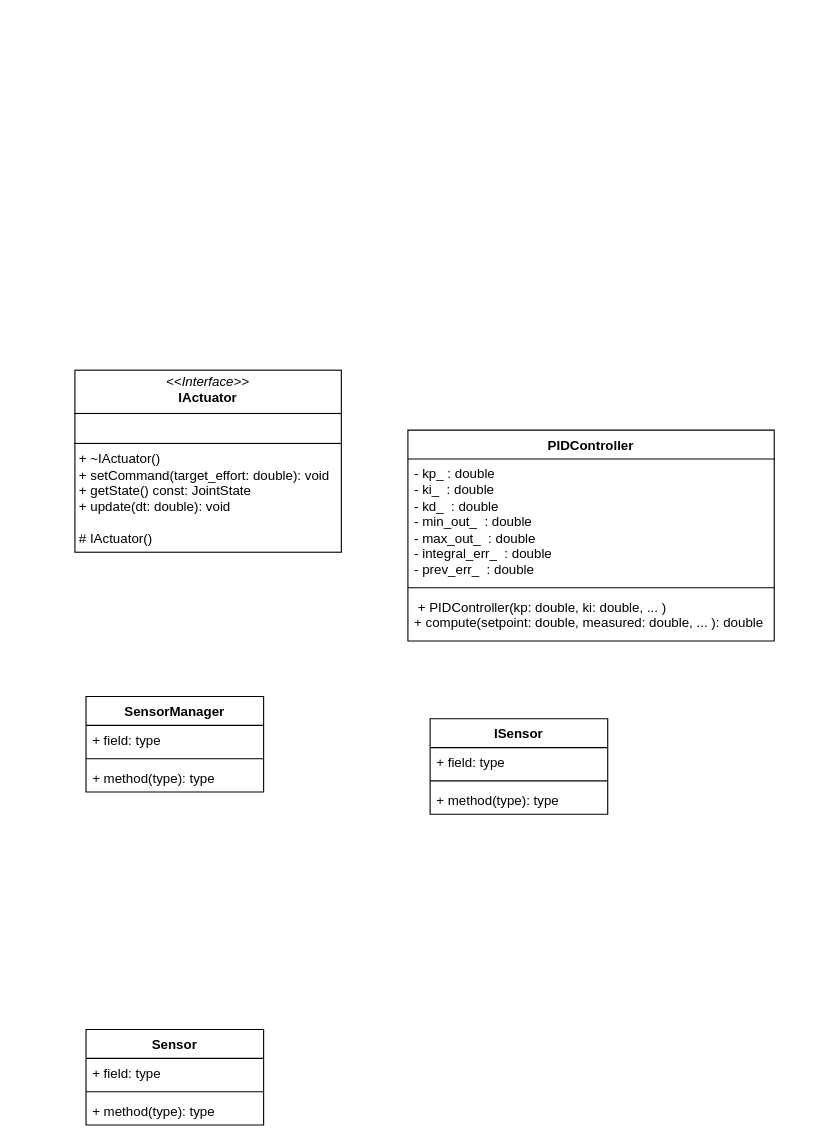
Earlier version of the draw.io diagram CPS-ENGINE Class Diagram.drawio (r3tro10/cps-engine). Source tidied: cells renumbered, new cells numbered last; positions are measured from the earlier drawing's top-left corner, leaving out a move shared by most shapes. Both pictures are drawn from the tidied source at 111%, with x=0, y=0 at pixel (74, 370).
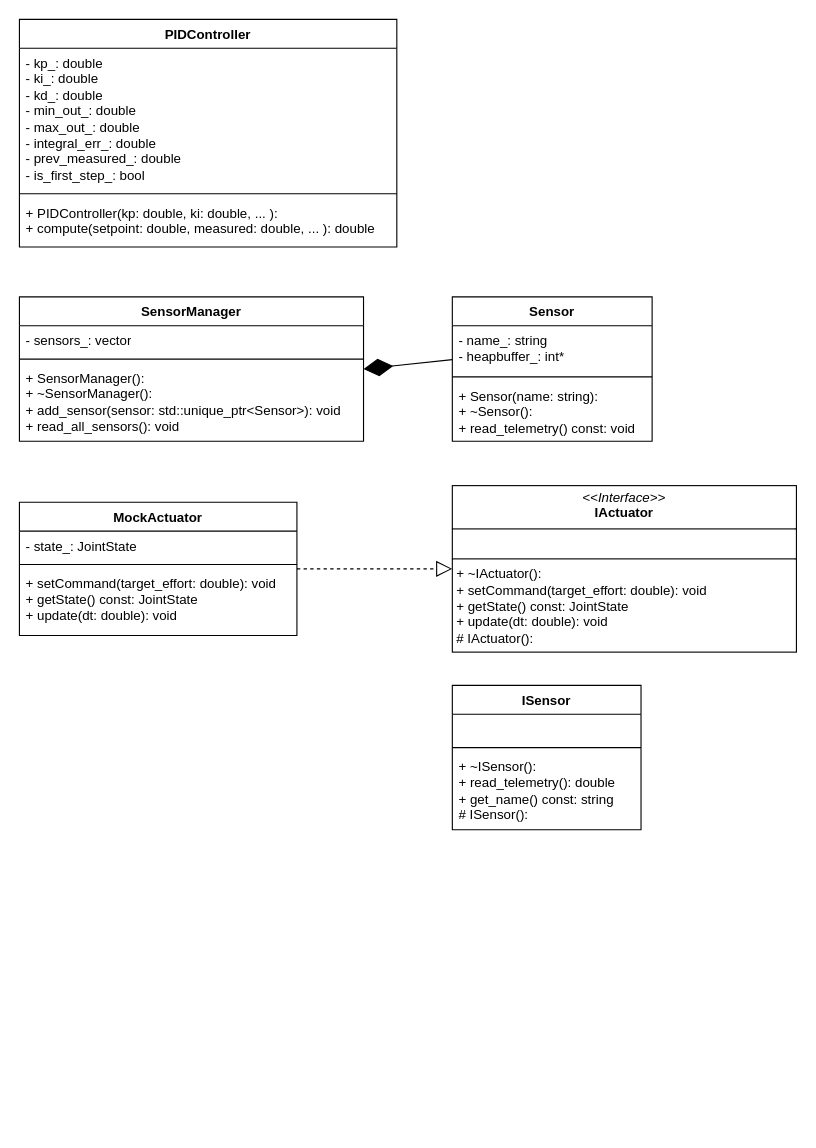
After the change.

The edit, as a diff of the source:
```diff
@@
     <mxCell id="2" value="ISensor" style="swimlane;fontStyle=1;align=center;verticalAlign=top;horizontal=1;startSize=26;whiteSpace=wrap;html=1;" parent="1" vertex="1">
-      <mxGeometry x="320" y="314" width="160" height="86" as="geometry" />
+      <mxGeometry x="340" y="284" width="170" height="130" as="geometry" />
     </mxCell>
-    <mxCell id="3" value="+ field: type" style="text;strokeColor=none;fillColor=none;align=left;verticalAlign=top;spacingLeft=4;spacingRight=4;overflow=hidden;whiteSpace=wrap;html=1;" parent="2" vertex="1">
-      <mxGeometry y="26" width="160" height="26" as="geometry" />
+    <mxCell id="3" value="&amp;nbsp;" style="text;strokeColor=none;fillColor=none;align=left;verticalAlign=top;spacingLeft=4;spacingRight=4;overflow=hidden;whiteSpace=wrap;html=1;" parent="2" vertex="1">
+      <mxGeometry y="26" width="170" height="26" as="geometry" />
     </mxCell>
     <mxCell id="4" style="line;strokeWidth=1;fillColor=none;align=left;verticalAlign=middle;spacingTop=-1;spacingLeft=3;spacingRight=3;labelPosition=right;strokeColor=inherit;" parent="2" vertex="1">
-      <mxGeometry y="52" width="160" height="8" as="geometry" />
+      <mxGeometry y="52" width="170" height="8" as="geometry" />
     </mxCell>
-    <mxCell id="5" value="+ method(type): type" style="text;strokeColor=none;fillColor=none;align=left;verticalAlign=top;spacingLeft=4;spacingRight=4;overflow=hidden;whiteSpace=wrap;html=1;" parent="2" vertex="1">
-      <mxGeometry y="60" width="160" height="26" as="geometry" />
+    <mxCell id="5" value="&lt;div&gt;&lt;div&gt;+ ~ISensor():&lt;/div&gt;&lt;div&gt;+ read_telemetry(): double&lt;/div&gt;&lt;div&gt;+ get_name() const: string&lt;/div&gt;&lt;div&gt;# ISensor():&lt;/div&gt;&lt;/div&gt;" style="text;strokeColor=none;fillColor=none;align=left;verticalAlign=top;spacingLeft=4;spacingRight=4;overflow=hidden;whiteSpace=wrap;html=1;" parent="2" vertex="1">
+      <mxGeometry y="60" width="170" height="70" as="geometry" />
     </mxCell>
     <mxCell id="6" value="SensorManager" style="swimlane;fontStyle=1;align=center;verticalAlign=top;horizontal=1;startSize=26;whiteSpace=wrap;html=1;" parent="1" vertex="1">
-      <mxGeometry x="10" y="294" width="160" height="86" as="geometry" />
+      <mxGeometry x="-50" y="-66" width="310" height="130" as="geometry" />
     </mxCell>
-    <mxCell id="7" value="+ field: type" style="text;strokeColor=none;fillColor=none;align=left;verticalAlign=top;spacingLeft=4;spacingRight=4;overflow=hidden;whiteSpace=wrap;html=1;" parent="6" vertex="1">
-      <mxGeometry y="26" width="160" height="26" as="geometry" />
+    <mxCell id="7" value="- sensors_: vector" style="text;strokeColor=none;fillColor=none;align=left;verticalAlign=top;spacingLeft=4;spacingRight=4;overflow=hidden;whiteSpace=wrap;html=1;" parent="6" vertex="1">
+      <mxGeometry y="26" width="310" height="26" as="geometry" />
     </mxCell>
     <mxCell id="8" style="line;strokeWidth=1;fillColor=none;align=left;verticalAlign=middle;spacingTop=-1;spacingLeft=3;spacingRight=3;labelPosition=right;strokeColor=inherit;" parent="6" vertex="1">
-      <mxGeometry y="52" width="160" height="8" as="geometry" />
+      <mxGeometry y="52" width="310" height="8" as="geometry" />
     </mxCell>
-    <mxCell id="9" value="+ method(type): type" style="text;strokeColor=none;fillColor=none;align=left;verticalAlign=top;spacingLeft=4;spacingRight=4;overflow=hidden;whiteSpace=wrap;html=1;" parent="6" vertex="1">
-      <mxGeometry y="60" width="160" height="26" as="geometry" />
+    <mxCell id="9" value="&lt;div&gt;+ SensorManager():&lt;/div&gt;&lt;div&gt;+ ~SensorManager():&lt;/div&gt;&lt;div&gt;+ add_sensor(sensor: std::unique_ptr&amp;lt;Sensor&amp;gt;): void&lt;/div&gt;&lt;div&gt;+ read_all_sensors(): void&lt;/div&gt;&lt;div&gt;&lt;br&gt;&lt;/div&gt;" style="text;strokeColor=none;fillColor=none;align=left;verticalAlign=top;spacingLeft=4;spacingRight=4;overflow=hidden;whiteSpace=wrap;html=1;" parent="6" vertex="1">
+      <mxGeometry y="60" width="310" height="70" as="geometry" />
     </mxCell>
     <mxCell id="10" value="Sensor" style="swimlane;fontStyle=1;align=center;verticalAlign=top;horizontal=1;startSize=26;whiteSpace=wrap;html=1;" parent="1" vertex="1">
-      <mxGeometry x="10" y="594" width="160" height="86" as="geometry" />
+      <mxGeometry x="340" y="-66" width="180" height="130" as="geometry" />
     </mxCell>
-    <mxCell id="11" value="+ field: type" style="text;strokeColor=none;fillColor=none;align=left;verticalAlign=top;spacingLeft=4;spacingRight=4;overflow=hidden;points=[[0,0.5],[1,0.5]];portConstraint=eastwest;whiteSpace=wrap;html=1;" parent="10" vertex="1">
-      <mxGeometry y="26" width="160" height="26" as="geometry" />
+    <mxCell id="11" value="- name_: string&lt;div&gt;- heapbuffer_: int&lt;span style=&quot;background-color: transparent; color: light-dark(#000000, var(--ge-light-color, #ffffff));&quot;&gt;*&lt;/span&gt;&lt;/div&gt;" style="text;strokeColor=none;fillColor=none;align=left;verticalAlign=top;spacingLeft=4;spacingRight=4;overflow=hidden;points=[[0,0.5],[1,0.5]];portConstraint=eastwest;whiteSpace=wrap;html=1;" parent="10" vertex="1">
+      <mxGeometry y="26" width="180" height="42" as="geometry" />
     </mxCell>
     <mxCell id="12" style="line;strokeWidth=1;fillColor=none;align=left;verticalAlign=middle;spacingTop=-1;spacingLeft=3;spacingRight=3;labelPosition=right;strokeColor=inherit;" parent="10" vertex="1">
-      <mxGeometry y="52" width="160" height="8" as="geometry" />
+      <mxGeometry y="68" width="180" height="8" as="geometry" />
     </mxCell>
-    <mxCell id="13" value="+ method(type): type" style="text;strokeColor=none;fillColor=none;align=left;verticalAlign=top;spacingLeft=4;spacingRight=4;overflow=hidden;whiteSpace=wrap;html=1;" parent="10" vertex="1">
-      <mxGeometry y="60" width="160" height="26" as="geometry" />
+    <mxCell id="13" value="&lt;div&gt;+ Sensor(name: string):&lt;/div&gt;&lt;div&gt;+ ~Sensor():&lt;/div&gt;&lt;div&gt;+ read_telemetry() const: void&lt;/div&gt;&lt;div&gt;&lt;br&gt;&lt;/div&gt;" style="text;strokeColor=none;fillColor=none;align=left;verticalAlign=top;spacingLeft=4;spacingRight=4;overflow=hidden;whiteSpace=wrap;html=1;" parent="10" vertex="1">
+      <mxGeometry y="76" width="180" height="54" as="geometry" />
     </mxCell>
     <mxCell id="14" value="PIDController" style="swimlane;fontStyle=1;align=center;verticalAlign=top;horizontal=1;startSize=26;whiteSpace=wrap;html=1;" parent="1" vertex="1">
-      <mxGeometry x="300" y="54" width="330" height="190" as="geometry" />
+      <mxGeometry x="-50" y="-316" width="340" height="205" as="geometry" />
     </mxCell>
-    <mxCell id="15" value="&lt;div&gt;- kp_ : double&lt;/div&gt;&lt;div&gt;- ki_&lt;span style=&quot;background-color: transparent; color: light-dark(#000000, var(--ge-light-color, #ffffff));&quot;&gt;&amp;nbsp;&amp;nbsp;&lt;/span&gt;&lt;span style=&quot;background-color: transparent; color: light-dark(#000000, var(--ge-light-color, #ffffff));&quot;&gt;: double&lt;/span&gt;&lt;/div&gt;&lt;div&gt;- kd_&lt;span style=&quot;background-color: transparent; color: light-dark(#000000, var(--ge-light-color, #ffffff));&quot;&gt;&amp;nbsp;&amp;nbsp;&lt;/span&gt;&lt;span style=&quot;background-color: transparent; color: light-dark(#000000, var(--ge-light-color, #ffffff));&quot;&gt;: double&lt;/span&gt;&lt;/div&gt;&lt;div&gt;- min_out_&lt;span style=&quot;background-color: transparent; color: light-dark(#000000, var(--ge-light-color, #ffffff));&quot;&gt;&amp;nbsp;&amp;nbsp;&lt;/span&gt;&lt;span style=&quot;background-color: transparent; color: light-dark(#000000, var(--ge-light-color, #ffffff));&quot;&gt;: double&lt;/span&gt;&lt;/div&gt;&lt;div&gt;- max_out_&lt;span style=&quot;background-color: transparent; color: light-dark(#000000, var(--ge-light-color, #ffffff));&quot;&gt;&amp;nbsp;&amp;nbsp;&lt;/span&gt;&lt;span style=&quot;background-color: transparent; color: light-dark(#000000, var(--ge-light-color, #ffffff));&quot;&gt;: double&lt;/span&gt;&lt;/div&gt;&lt;div&gt;- integral_err_&lt;span style=&quot;background-color: transparent;&quot;&gt;&amp;nbsp;&amp;nbsp;&lt;/span&gt;&lt;span style=&quot;background-color: transparent;&quot;&gt;: double&lt;/span&gt;&lt;br&gt;- prev_err_&lt;span style=&quot;background-color: transparent; color: light-dark(#000000, var(--ge-light-color, #ffffff));&quot;&gt;&amp;nbsp;&amp;nbsp;&lt;/span&gt;&lt;span style=&quot;background-color: transparent; color: light-dark(#000000, var(--ge-light-color, #ffffff));&quot;&gt;: double&lt;/span&gt;&lt;/div&gt;" style="text;strokeColor=none;fillColor=none;align=left;verticalAlign=top;spacingLeft=4;spacingRight=4;overflow=hidden;whiteSpace=wrap;html=1;" parent="14" vertex="1">
-      <mxGeometry y="26" width="330" height="112" as="geometry" />
+    <mxCell id="15" value="&lt;div&gt;- kp_: double&lt;/div&gt;&lt;div&gt;- ki_: double&lt;/div&gt;&lt;div&gt;- kd_: double&lt;/div&gt;&lt;div&gt;- min_out_: double&lt;/div&gt;&lt;div&gt;- max_out_: double&lt;/div&gt;&lt;div&gt;- integral_err_: double&lt;/div&gt;&lt;div&gt;- prev_measured_: double&lt;/div&gt;&lt;div&gt;- is_first_step_: bool&lt;/div&gt;&lt;div&gt;&lt;br&gt;&lt;/div&gt;" style="text;strokeColor=none;fillColor=none;align=left;verticalAlign=top;spacingLeft=4;spacingRight=4;overflow=hidden;whiteSpace=wrap;html=1;" parent="14" vertex="1">
+      <mxGeometry y="26" width="340" height="127" as="geometry" />
     </mxCell>
     <mxCell id="16" style="line;strokeWidth=1;fillColor=none;align=left;verticalAlign=middle;spacingTop=-1;spacingLeft=3;spacingRight=3;labelPosition=right;strokeColor=inherit;" parent="14" vertex="1">
-      <mxGeometry y="138" width="330" height="8" as="geometry" />
+      <mxGeometry y="153" width="340" height="8" as="geometry" />
     </mxCell>
-    <mxCell id="17" value="&amp;nbsp;+ PIDController(kp: double, ki: double, ... )&lt;br&gt; + compute(setpoint: double, measured: double, ... ): double" style="text;strokeColor=none;fillColor=none;align=left;verticalAlign=top;spacingLeft=4;spacingRight=4;overflow=hidden;whiteSpace=wrap;html=1;" parent="14" vertex="1">
-      <mxGeometry y="146" width="330" height="44" as="geometry" />
+    <mxCell id="17" value="+ PIDController(kp: double, ki: double, ... ):&lt;br&gt;&lt;span style=&quot;background-color: transparent; color: light-dark(#000000, var(--ge-light-color, #ffffff));&quot;&gt;+ compute(setpoint: double, measured: double, ... ): double&lt;/span&gt;" style="text;strokeColor=none;fillColor=none;align=left;verticalAlign=top;spacingLeft=4;spacingRight=4;overflow=hidden;whiteSpace=wrap;html=1;" parent="14" vertex="1">
+      <mxGeometry y="161" width="340" height="44" as="geometry" />
     </mxCell>
-    <mxCell id="18" value="&lt;p style=&quot;margin:0px;margin-top:4px;text-align:center;&quot;&gt;&lt;i&gt;&amp;lt;&amp;lt;Interface&amp;gt;&amp;gt;&lt;/i&gt;&lt;br&gt;&lt;b&gt;IActuator&lt;/b&gt;&lt;/p&gt;&lt;hr size=&quot;1&quot; style=&quot;border-style:solid;&quot;&gt;&lt;p style=&quot;margin:0px;margin-left:4px;&quot;&gt;&lt;br&gt;&lt;/p&gt;&lt;hr size=&quot;1&quot; style=&quot;border-style:solid;&quot;&gt;&lt;p style=&quot;margin:0px;margin-left:4px;&quot;&gt;+ ~IActuator()&lt;br&gt; + setCommand(target_effort: double): void&lt;br&gt; + getState() const: JointState&lt;br&gt; + update(dt: double): void&lt;br&gt;&lt;br&gt; # IActuator()&lt;/p&gt;" style="verticalAlign=top;align=left;overflow=fill;html=1;whiteSpace=wrap;" parent="1" vertex="1">
-      <mxGeometry width="240" height="164" as="geometry" />
+    <mxCell id="18" value="&lt;p style=&quot;margin:0px;margin-top:4px;text-align:center;&quot;&gt;&lt;i&gt;&amp;lt;&amp;lt;Interface&amp;gt;&amp;gt;&lt;/i&gt;&lt;br&gt;&lt;b&gt;IActuator&lt;/b&gt;&lt;/p&gt;&lt;hr size=&quot;1&quot; style=&quot;border-style:solid;&quot;&gt;&lt;p style=&quot;margin:0px;margin-left:4px;&quot;&gt;&lt;br&gt;&lt;/p&gt;&lt;hr size=&quot;1&quot; style=&quot;border-style:solid;&quot;&gt;&lt;p style=&quot;margin:0px;margin-left:4px;&quot;&gt;+ ~IActuator():&lt;br&gt;+ setCommand(target_effort: double): void&lt;br&gt;+ getState() const: JointState&lt;br&gt;+ update(dt: double): void&lt;br&gt;#&amp;nbsp;&lt;span style=&quot;background-color: transparent; color: light-dark(#000000, var(--ge-light-color, #ffffff));&quot;&gt;IActuator():&lt;/span&gt;&lt;/p&gt;" style="verticalAlign=top;align=left;overflow=fill;html=1;whiteSpace=wrap;" parent="1" vertex="1">
+      <mxGeometry x="340" y="104" width="310" height="150" as="geometry" />
     </mxCell>
+    <mxCell id="19" value="MockActuator" style="swimlane;fontStyle=1;align=center;verticalAlign=top;horizontal=1;startSize=26;whiteSpace=wrap;html=1;" parent="1" vertex="1">
+      <mxGeometry x="-50" y="119" width="250" height="120" as="geometry" />
+    </mxCell>
+    <mxCell id="20" value="- state_: JointState&amp;nbsp;" style="text;strokeColor=none;fillColor=none;align=left;verticalAlign=top;spacingLeft=4;spacingRight=4;overflow=hidden;whiteSpace=wrap;html=1;" parent="19" vertex="1">
+      <mxGeometry y="26" width="250" height="26" as="geometry" />
+    </mxCell>
+    <mxCell id="21" style="line;strokeWidth=1;fillColor=none;align=left;verticalAlign=middle;spacingTop=-1;spacingLeft=3;spacingRight=3;labelPosition=right;strokeColor=inherit;labelPerimeter=1;" parent="19" vertex="1">
+      <mxGeometry y="52" width="250" height="8" as="geometry" />
+    </mxCell>
+    <mxCell id="22" value="+ setCommand(target_effort: double): void&lt;br/&gt;+ getState() const: JointState&lt;br/&gt;+ update(dt: double): void" style="text;strokeColor=none;fillColor=none;align=left;verticalAlign=top;spacingLeft=4;spacingRight=4;overflow=hidden;whiteSpace=wrap;html=1;" parent="19" vertex="1">
+      <mxGeometry y="60" width="250" height="60" as="geometry" />
+    </mxCell>
+    <mxCell id="23" style="endArrow=block;dashed=1;endFill=0;endSize=12;html=1;rounded=0;defaultLabelBackgroundColor=gap;exitX=1;exitY=0.5;exitDx=0;exitDy=0;entryX=0;entryY=0.5;entryDx=0;entryDy=0;" parent="1" edge="1" source="19" target="18">
+      <mxGeometry relative="1" as="geometry" />
+    </mxCell>
+    <mxCell id="24" style="endArrow=diamondThin;endFill=1;endSize=24;html=1;rounded=0;defaultLabelBackgroundColor=gap;entryX=1;entryY=0.5;entryDx=0;entryDy=0;" parent="1" edge="1" source="11" target="6">
+      <mxGeometry relative="1" as="geometry" />
+    </mxCell>
```
